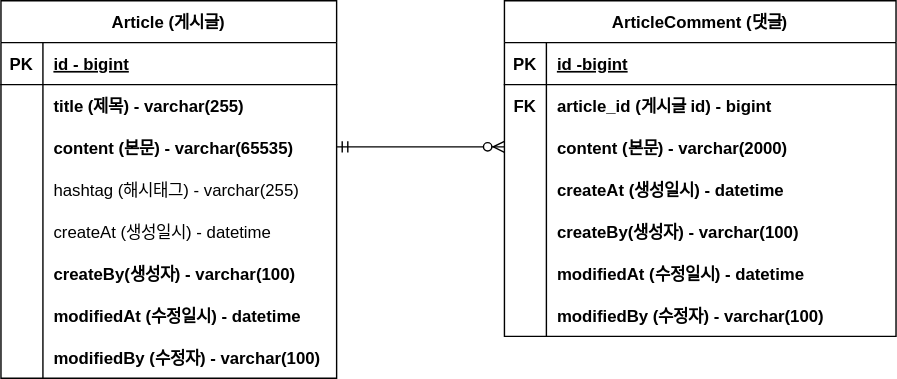
Above: document/project-board-erd.drawio.svg in SeungHun333/project-board (draw.io), before the change. Source tidied: cells renumbered, new cells last; positions are measured from the earlier drawing's top-left corner, leaving out a move shared by most shapes.
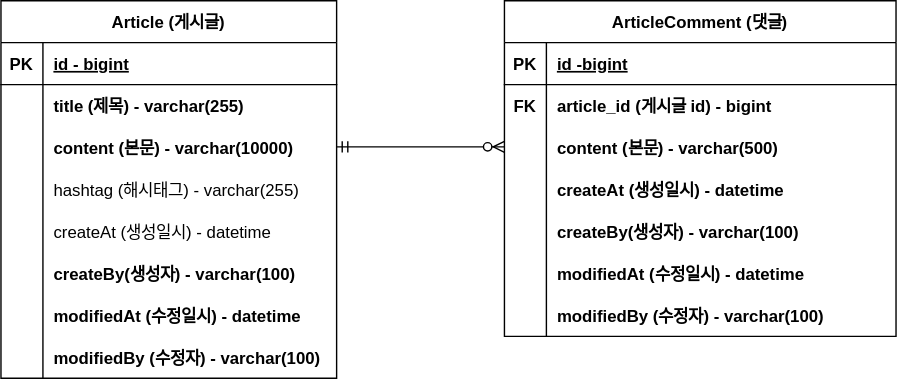
Above is the later version.

Commit message:
#11 - erd 업데이트

Change to the diagram source:
```diff
@@ -1,4 +1,4 @@
-<mxGraphModel>
+<mxGraphModel background="light-dark(#FFFFFF,#000000)">
   <root>
     <mxCell id="0" />
     <mxCell id="1" parent="0" />
@@ -29,7 +29,7 @@
     <mxCell id="10" style="shape=partialRectangle;overflow=hidden;fillColor=none;top=0;left=0;bottom=0;right=0;" parent="9" vertex="1">
       <mxGeometry width="30" height="30" as="geometry" />
     </mxCell>
-    <mxCell id="11" value="content (본문) - varchar(65535)" style="shape=partialRectangle;overflow=hidden;fillColor=none;top=0;left=0;bottom=0;right=0;align=left;spacingLeft=6;fontStyle=1;" parent="9" vertex="1">
+    <mxCell id="11" value="content (본문) - varchar(10000)" style="shape=partialRectangle;overflow=hidden;fillColor=none;top=0;left=0;bottom=0;right=0;align=left;spacingLeft=6;fontStyle=1;" parent="9" vertex="1">
       <mxGeometry x="30" width="210" height="30" as="geometry" />
     </mxCell>
     <mxCell id="12" style="shape=partialRectangle;fillColor=none;top=0;left=0;right=0;bottom=0;" parent="2" vertex="1">
@@ -104,7 +104,7 @@
     <mxCell id="35" style="shape=partialRectangle;overflow=hidden;fillColor=none;top=0;left=0;bottom=0;right=0;" parent="34" vertex="1">
       <mxGeometry width="30" height="30" as="geometry" />
     </mxCell>
-    <mxCell id="36" value="content (본문) - varchar(2000)" style="shape=partialRectangle;overflow=hidden;fillColor=none;top=0;left=0;bottom=0;right=0;align=left;spacingLeft=6;fontStyle=1;" parent="34" vertex="1">
+    <mxCell id="36" value="content (본문) - varchar(500)" style="shape=partialRectangle;overflow=hidden;fillColor=none;top=0;left=0;bottom=0;right=0;align=left;spacingLeft=6;fontStyle=1;" parent="34" vertex="1">
       <mxGeometry x="30" width="250" height="30" as="geometry" />
     </mxCell>
     <mxCell id="37" style="shape=partialRectangle;fillColor=none;top=0;left=0;right=0;bottom=0;" parent="27" vertex="1">
```
